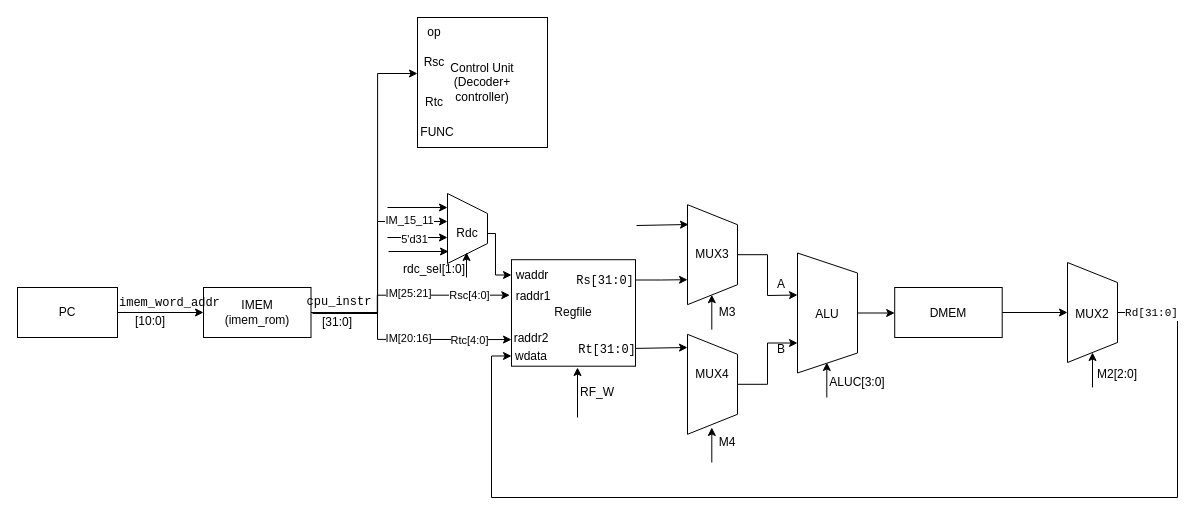
This is MIPS_CPU.drawio from LV-ZHU/Computer_Organization_and_Architecture_Course_Design, a draw.io file, before an edit. Source tidied: cells renumbered, new cells numbered last; positions are measured from the earlier drawing's top-left corner, leaving out a move shared by most shapes. Both pictures are drawn from the tidied source at 100%, with x=0, y=0 at pixel (17, 17).
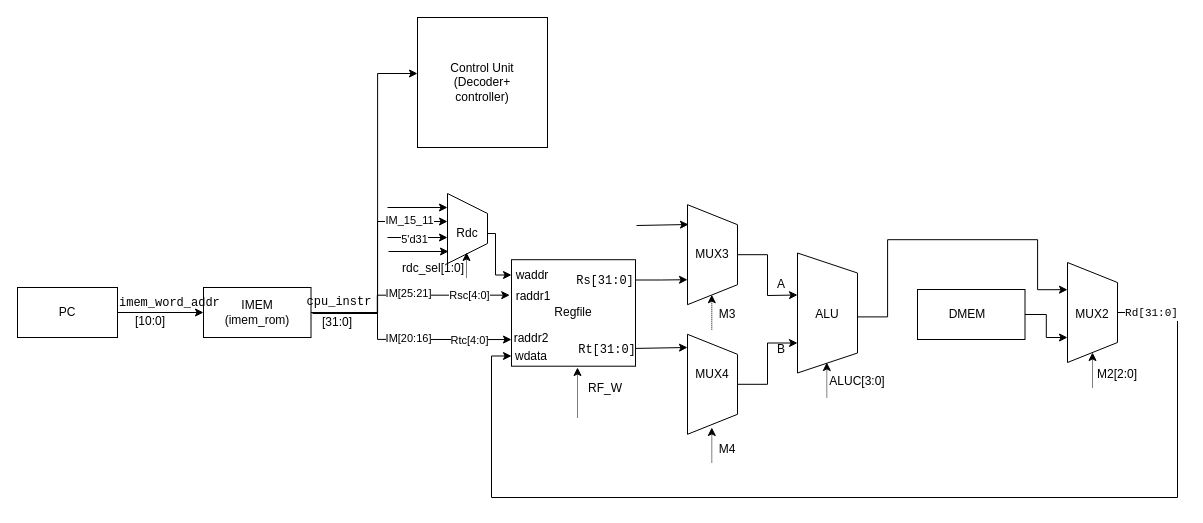
The same diagram, later.

Commit message:
完成ADD数据通路

The change refers to these unchanged cells:
```xml
<mxCell id="38" style="shape=trapezoid;perimeter=trapezoidPerimeter;whiteSpace=wrap;html=1;shapeInside=1;fixedSize=1;rotation=90;" parent="1" vertex="1">
  <mxGeometry x="750" y="265.5" width="120" height="60" as="geometry" />
</mxCell>
<mxCell id="49" style="shape=trapezoid;perimeter=trapezoidPerimeter;whiteSpace=wrap;html=1;shapeInside=1;fixedSize=1;rotation=90;" parent="1" vertex="1">
  <mxGeometry x="1025" y="270" width="100" height="50" as="geometry" />
</mxCell>
```

Diff of the diagram source:
```diff
@@
-    <mxCell id="37" style="edgeStyle=orthogonalEdgeStyle;rounded=0;jettySize=auto;html=1;exitX=0.5;exitY=0;exitDx=0;exitDy=0;entryX=0;entryY=0.5;entryDx=0;entryDy=0;" parent="1" edge="1" source="38" target="47">
-      <mxGeometry relative="1" as="geometry" />
-    </mxCell>
@@
-    <mxCell id="46" style="edgeStyle=orthogonalEdgeStyle;rounded=0;jettySize=auto;html=1;exitX=1;exitY=0.5;exitDx=0;exitDy=0;entryX=0.5;entryY=1;entryDx=0;entryDy=0;" parent="1" edge="1" source="47" target="49">
+    <mxCell id="46" style="edgeStyle=orthogonalEdgeStyle;rounded=0;jettySize=auto;html=1;exitX=1;exitY=0.5;exitDx=0;exitDy=0;entryX=0.75;entryY=1;entryDx=0;entryDy=0;" parent="1" edge="1" source="47" target="49">
       <mxGeometry relative="1" as="geometry" />
     </mxCell>
     <mxCell id="47" value="&lt;div&gt;&lt;br&gt;&lt;/div&gt;" style="rounded=0;whiteSpace=wrap;html=1;" parent="1" vertex="1">
-      <mxGeometry x="877.2" y="270" width="107.5" height="50" as="geometry" />
+      <mxGeometry x="900" y="272" width="107.5" height="50" as="geometry" />
     </mxCell>
-    <mxCell id="48" value="DMEM" style="text;html=1;whiteSpace=wrap;strokeColor=none;fillColor=none;align=center;verticalAlign=middle;rounded=0;" parent="1" vertex="1">
-      <mxGeometry x="901" y="281" width="60" height="30" as="geometry" />
-    </mxCell>
@@
+    <mxCell id="71" style="edgeStyle=orthogonalEdgeStyle;rounded=0;orthogonalLoop=1;jettySize=auto;html=1;exitX=1;exitY=0.5;exitDx=0;exitDy=0;entryX=0.25;entryY=1;entryDx=0;entryDy=0;" parent="1" edge="1">
+      <mxGeometry relative="1" as="geometry">
+        <mxPoint x="840" y="299.4" as="sourcePoint" />
+        <mxPoint x="1050" y="272.2" as="targetPoint" />
+        <Array as="points">
+          <mxPoint x="870.1" y="299.4" />
+          <mxPoint x="870.1" y="222.2" />
+          <mxPoint x="1020.1" y="222.2" />
+          <mxPoint x="1020.1" y="272.2" />
+        </Array>
+      </mxGeometry>
+    </mxCell>
@@
-    <mxCell id="54" style="endArrow=classic;html=1;rounded=0;entryX=1;entryY=0.5;entryDx=0;entryDy=0;" parent="1" edge="1" target="49">
+    <mxCell id="54" style="endArrow=classic;html=1;rounded=0;entryX=1;entryY=0.5;entryDx=0;entryDy=0;dashed=1;dashPattern=1 1;" parent="1" edge="1" target="49">
       <mxGeometry relative="1" as="geometry">
         <mxPoint x="1075" y="370" as="sourcePoint" />
       </mxGeometry>
     </mxCell>
@@
-    <mxCell id="57" style="endArrow=classic;html=1;rounded=0;entryX=1;entryY=0.5;entryDx=0;entryDy=0;" parent="1" edge="1">
+    <mxCell id="57" style="endArrow=classic;html=1;rounded=0;entryX=1;entryY=0.5;entryDx=0;entryDy=0;dashed=1;dashPattern=1 1;" parent="1" edge="1">
       <mxGeometry relative="1" as="geometry">
         <mxPoint x="809.3" y="380" as="sourcePoint" />
         <mxPoint x="809.3" y="345" as="targetPoint" />
       </mxGeometry>
     </mxCell>
     <mxCell id="58" value="ALUC[3:0]" style="text;html=1;whiteSpace=wrap;strokeColor=none;fillColor=none;align=center;verticalAlign=middle;rounded=0;" parent="1" vertex="1">
-      <mxGeometry x="810" y="350" width="60" height="30" as="geometry" />
+      <mxGeometry x="810" y="348.8" width="60" height="30" as="geometry" />
     </mxCell>
-    <mxCell id="59" style="endArrow=classic;html=1;rounded=0;entryX=1;entryY=0.5;entryDx=0;entryDy=0;" parent="1" edge="1">
+    <mxCell id="59" style="endArrow=classic;html=1;rounded=0;entryX=1;entryY=0.5;entryDx=0;entryDy=0;dashed=1;dashPattern=1 1;" parent="1" edge="1">
       <mxGeometry relative="1" as="geometry">
         <mxPoint x="694.3" y="445" as="sourcePoint" />
         <mxPoint x="694.3" y="410" as="targetPoint" />
       </mxGeometry>
     </mxCell>
     <mxCell id="60" value="M4" style="text;html=1;whiteSpace=wrap;strokeColor=none;fillColor=none;align=center;verticalAlign=middle;rounded=0;" parent="1" vertex="1">
-      <mxGeometry x="680" y="410" width="60" height="30" as="geometry" />
+      <mxGeometry x="680" y="416.8" width="60" height="30" as="geometry" />
     </mxCell>
-    <mxCell id="61" style="endArrow=classic;html=1;rounded=0;entryX=1;entryY=0.5;entryDx=0;entryDy=0;" parent="1" edge="1">
+    <mxCell id="61" style="endArrow=classic;html=1;rounded=0;entryX=1;entryY=0.5;entryDx=0;entryDy=0;dashed=1;dashPattern=1 1;" parent="1" edge="1">
       <mxGeometry relative="1" as="geometry">
         <mxPoint x="694.3" y="312.2" as="sourcePoint" />
         <mxPoint x="694.3" y="277.2" as="targetPoint" />
       </mxGeometry>
     </mxCell>
     <mxCell id="62" value="M3" style="text;html=1;whiteSpace=wrap;strokeColor=none;fillColor=none;align=center;verticalAlign=middle;rounded=0;" parent="1" vertex="1">
-      <mxGeometry x="680" y="280" width="60" height="30" as="geometry" />
+      <mxGeometry x="680" y="282" width="60" height="30" as="geometry" />
     </mxCell>
-    <mxCell id="63" style="endArrow=classic;html=1;rounded=0;entryX=1;entryY=0.5;entryDx=0;entryDy=0;" parent="1" edge="1">
+    <mxCell id="63" style="endArrow=classic;html=1;rounded=0;entryX=1;entryY=0.5;entryDx=0;entryDy=0;dashed=1;dashPattern=1 1;" parent="1" edge="1">
       <mxGeometry relative="1" as="geometry">
         <mxPoint x="449" y="260" as="sourcePoint" />
         <mxPoint x="449" y="235" as="targetPoint" />
       </mxGeometry>
     </mxCell>
     <mxCell id="64" value="rdc_sel[1:0]" style="text;html=1;whiteSpace=wrap;strokeColor=none;fillColor=none;align=center;verticalAlign=middle;rounded=0;" parent="1" vertex="1">
-      <mxGeometry x="387" y="237" width="60" height="30" as="geometry" />
+      <mxGeometry x="386" y="235.5" width="60" height="30" as="geometry" />
     </mxCell>
-    <mxCell id="65" style="endArrow=classic;html=1;rounded=0;" parent="1" edge="1">
+    <mxCell id="65" style="endArrow=classic;html=1;rounded=0;dashed=1;dashPattern=1 1;" parent="1" edge="1">
       <mxGeometry relative="1" as="geometry">
         <mxPoint x="560" y="400" as="sourcePoint" />
         <mxPoint x="560" y="350" as="targetPoint" />
       </mxGeometry>
     </mxCell>
     <mxCell id="66" value="RF_W" style="text;html=1;whiteSpace=wrap;strokeColor=none;fillColor=none;align=center;verticalAlign=middle;rounded=0;" parent="1" vertex="1">
-      <mxGeometry x="550" y="360" width="60" height="30" as="geometry" />
+      <mxGeometry x="558" y="355.5" width="60" height="30" as="geometry" />
     </mxCell>
-    <mxCell id="67" value="op" style="text;html=1;whiteSpace=wrap;strokeColor=none;fillColor=none;align=center;verticalAlign=middle;rounded=0;" parent="1" vertex="1">
-      <mxGeometry x="387" width="60" height="30" as="geometry" />
-    </mxCell>
-    <mxCell id="68" value="Rsc" style="text;html=1;whiteSpace=wrap;strokeColor=none;fillColor=none;align=center;verticalAlign=middle;rounded=0;" parent="1" vertex="1">
-      <mxGeometry x="387" y="30" width="60" height="30" as="geometry" />
-    </mxCell>
-    <mxCell id="69" value="Rtc" style="text;html=1;whiteSpace=wrap;strokeColor=none;fillColor=none;align=center;verticalAlign=middle;rounded=0;" parent="1" vertex="1">
-      <mxGeometry x="387" y="70" width="60" height="30" as="geometry" />
-    </mxCell>
-    <mxCell id="70" value="FUNC" style="text;html=1;whiteSpace=wrap;strokeColor=none;fillColor=none;align=center;verticalAlign=middle;rounded=0;" parent="1" vertex="1">
-      <mxGeometry x="390" y="100" width="60" height="30" as="geometry" />
-    </mxCell>
+    <mxCell id="48" value="DMEM" style="text;html=1;whiteSpace=wrap;strokeColor=none;fillColor=none;align=center;verticalAlign=middle;rounded=0;" parent="1" vertex="1">
+      <mxGeometry x="920" y="282.2" width="60" height="30" as="geometry" />
+    </mxCell>
```
